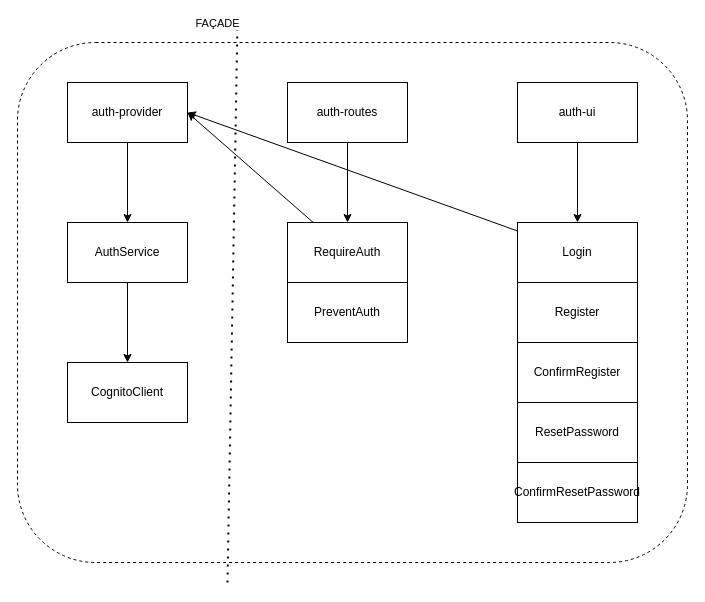
Lokicoule/fdo-frontend keeps this draw.io diagram as page "Auth" (2 of 3) of architecture.dio. Above is the earlier version. Source tidied: cells renumbered, new cells numbered last; positions are measured from the earlier drawing's top-left corner, leaving out a move shared by most shapes. Both pictures are drawn from the tidied source at 100%, with x=0, y=0 at pixel (17, 22).
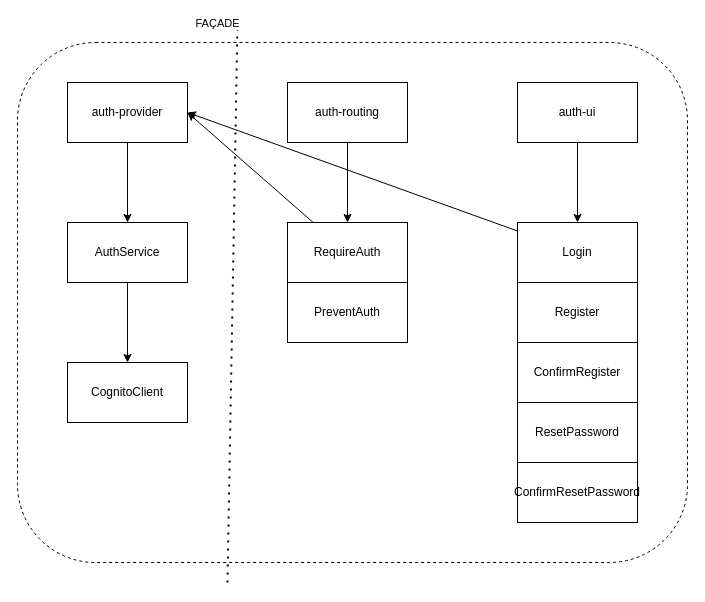
The same diagram, later.

What changed in the source:
```diff
@@
-    <mxCell id="6" value="auth-routes" style="rounded=0;whiteSpace=wrap;html=1;" parent="1" vertex="1">
+    <mxCell id="6" value="auth-routing" style="rounded=0;whiteSpace=wrap;html=1;" parent="1" vertex="1">
       <mxGeometry x="270" y="60" width="120" height="60" as="geometry" />
     </mxCell>
```
